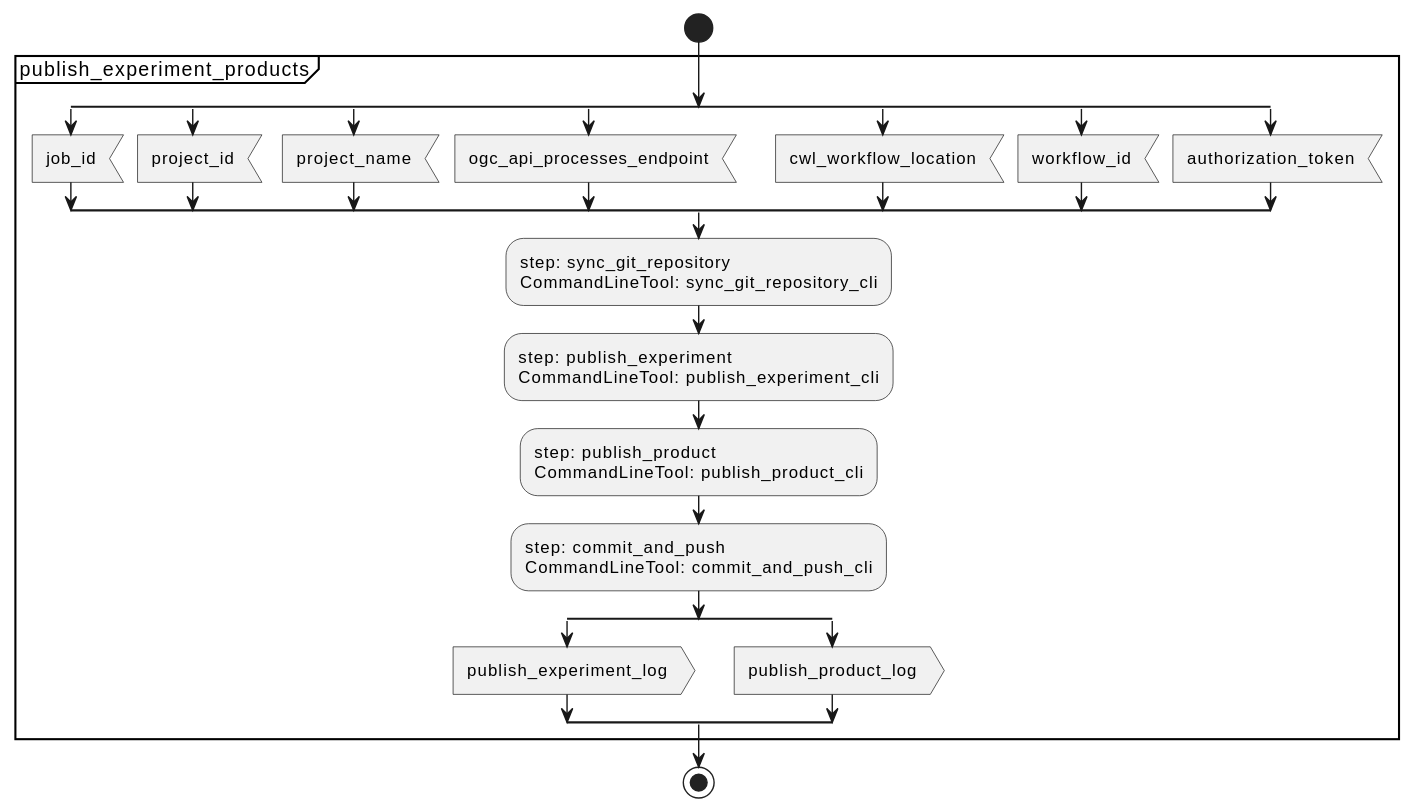
The PlantUML diagram docs/c4/components/workflow/publish_experiment_products/activity.svg in Terradue/osc-metadata-client, before a commit. Source of this version:
```plantuml
@startuml

start





group publish_experiment_products

split

    :job_id; <<input>>
split again

    :project_id; <<input>>
split again

    :project_name; <<input>>
split again

    :ogc_api_processes_endpoint; <<input>>
split again

    :cwl_workflow_location; <<input>>
split again

    :workflow_id; <<input>>
split again

    :authorization_token; <<input>>
end split







:step: sync_git_repository
CommandLineTool: sync_git_repository_cli;








:step: publish_experiment
CommandLineTool: publish_experiment_cli;








:step: publish_product
CommandLineTool: publish_product_cli;








:step: commit_and_push
CommandLineTool: commit_and_push_cli;





split

    :publish_experiment_log; <<output>>
split again

    :publish_product_log; <<output>>
end split


end group


stop
@enduml
```
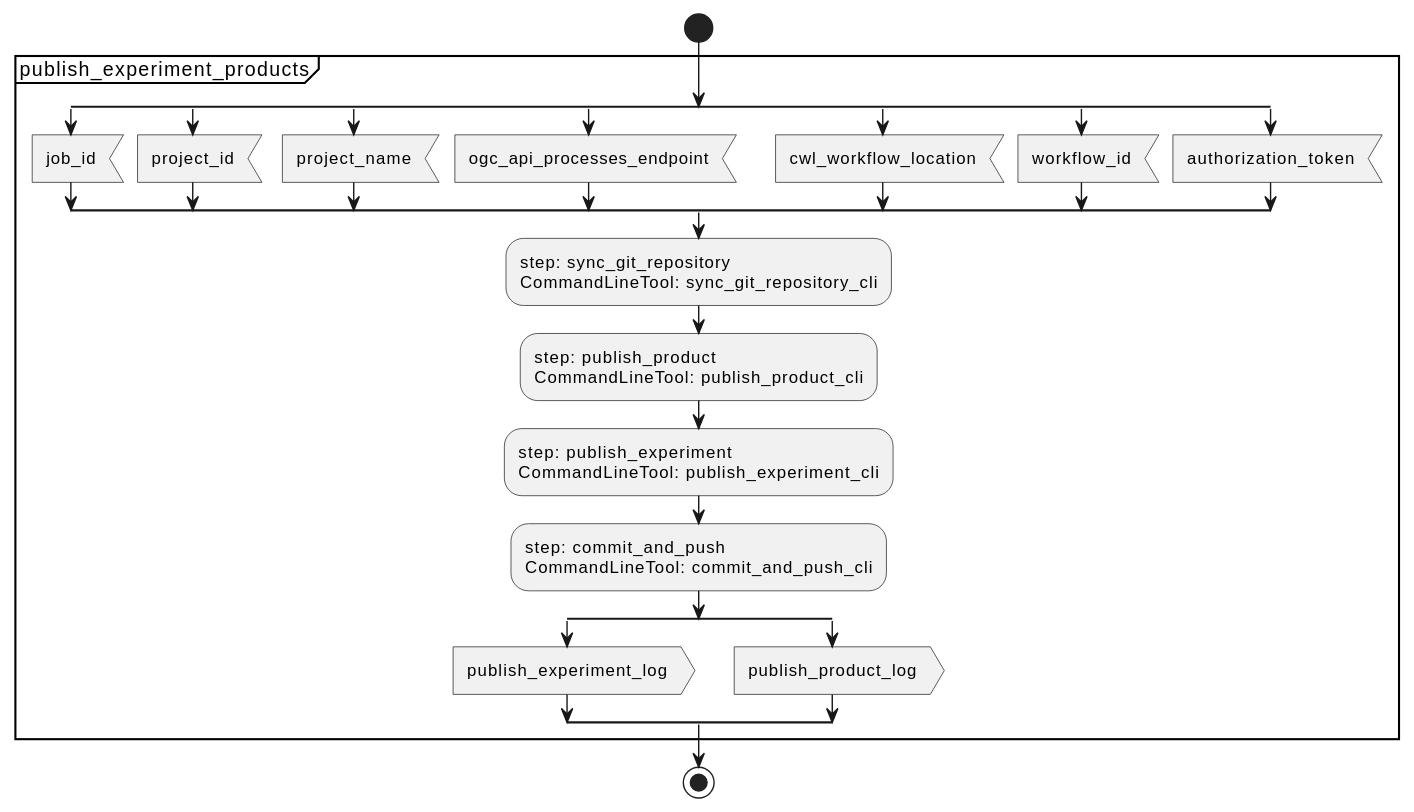
The same diagram one commit later.

The edit, as a diff of the source:
```diff
@@ -47,8 +47,8 @@
 
 
 
-:step: publish_experiment
-CommandLineTool: publish_experiment_cli;
+:step: publish_product
+CommandLineTool: publish_product_cli;
 
 
 
@@ -57,8 +57,8 @@
 
 
 
-:step: publish_product
-CommandLineTool: publish_product_cli;
+:step: publish_experiment
+CommandLineTool: publish_experiment_cli;
 
 
 
```
